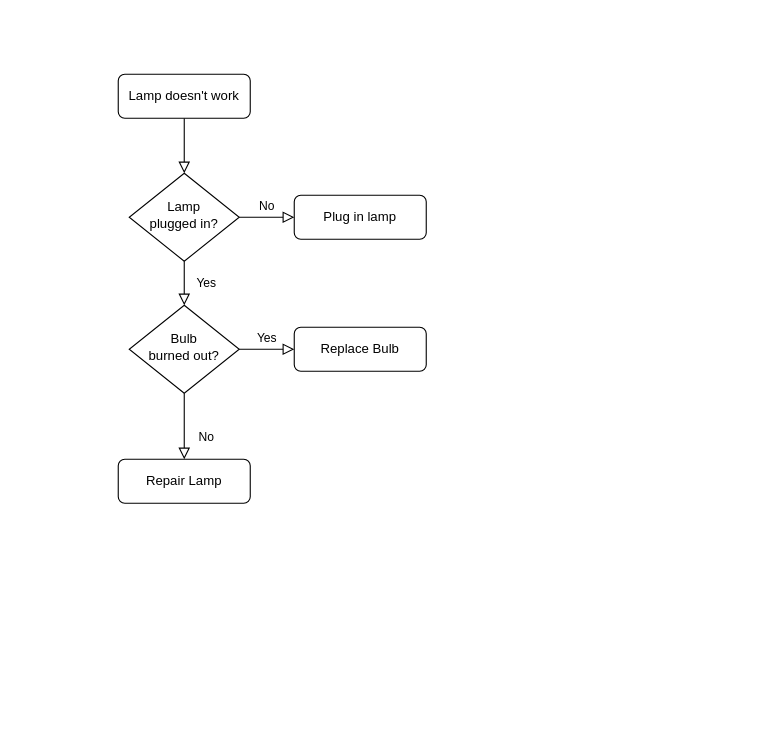
This is Untitled Diagram.drawio from dmainagithub/flowcharts, a draw.io file, before an edit. Source tidied: cells renumbered, new cells numbered last; positions are measured from the earlier drawing's top-left corner, leaving out a move shared by most shapes. Both pictures are drawn from the tidied source at 110%, with x=0, y=0 at pixel (118, 74).
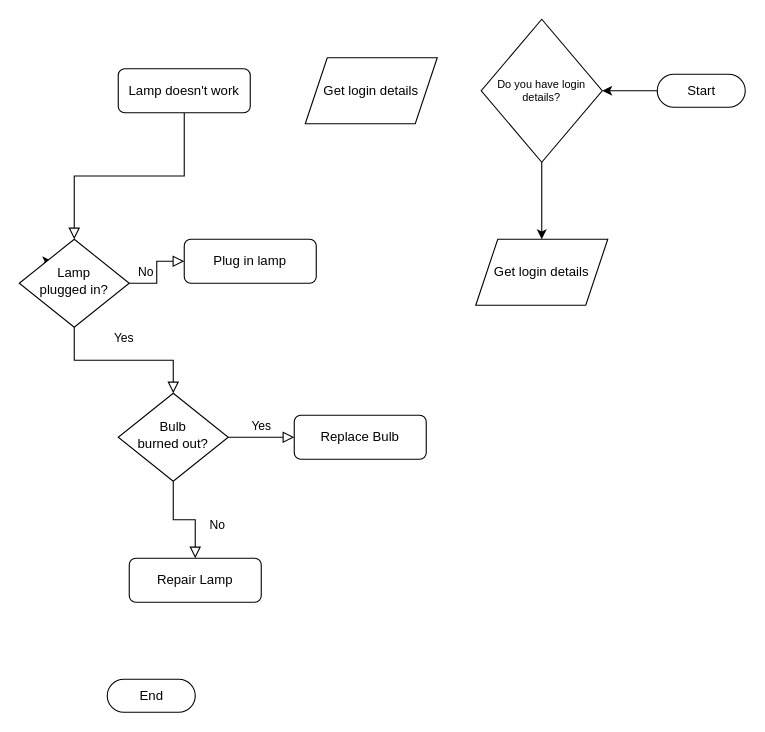
The same page after the edit.

Diff of the diagram source:
```diff
@@
     <mxCell id="3" value="Lamp doesn't work" style="rounded=1;whiteSpace=wrap;html=1;fontSize=12;glass=0;strokeWidth=1;shadow=0;" parent="1" vertex="1">
-      <mxGeometry width="120" height="40" as="geometry" />
+      <mxGeometry y="-5" width="120" height="40" as="geometry" />
     </mxCell>
@@
+    <mxCell id="13" style="edgeStyle=orthogonalEdgeStyle;rounded=0;jettySize=auto;html=1;exitX=0;exitY=0;exitDx=0;exitDy=0;fontSize=12;" parent="1" edge="1" source="6">
+      <mxGeometry relative="1" as="geometry">
+        <mxPoint x="-60" y="170" as="targetPoint" />
+      </mxGeometry>
+    </mxCell>
     <mxCell id="6" value="Lamp&lt;br&gt;plugged in?" style="rhombus;whiteSpace=wrap;html=1;shadow=0;fontFamily=Helvetica;fontSize=12;align=center;strokeWidth=1;spacing=6;spacingTop=-4;" parent="1" vertex="1">
-      <mxGeometry x="10" y="90" width="100" height="80" as="geometry" />
+      <mxGeometry x="-90" y="150" width="100" height="80" as="geometry" />
     </mxCell>
     <mxCell id="7" value="Plug in lamp" style="rounded=1;whiteSpace=wrap;html=1;fontSize=12;glass=0;strokeWidth=1;shadow=0;" parent="1" vertex="1">
-      <mxGeometry x="160" y="110" width="120" height="40" as="geometry" />
+      <mxGeometry x="60" y="150" width="120" height="40" as="geometry" />
     </mxCell>
@@
     <mxCell id="10" value="Bulb&lt;br&gt;burned out?" style="rhombus;whiteSpace=wrap;html=1;shadow=0;fontFamily=Helvetica;fontSize=12;align=center;strokeWidth=1;spacing=6;spacingTop=-4;" parent="1" vertex="1">
-      <mxGeometry x="10" y="210" width="100" height="80" as="geometry" />
+      <mxGeometry y="290" width="100" height="80" as="geometry" />
     </mxCell>
     <mxCell id="11" value="Repair Lamp" style="rounded=1;whiteSpace=wrap;html=1;fontSize=12;glass=0;strokeWidth=1;shadow=0;" parent="1" vertex="1">
-      <mxGeometry y="350" width="120" height="40" as="geometry" />
+      <mxGeometry x="10" y="440" width="120" height="40" as="geometry" />
     </mxCell>
     <mxCell id="12" value="Replace Bulb" style="rounded=1;whiteSpace=wrap;html=1;fontSize=12;glass=0;strokeWidth=1;shadow=0;" parent="1" vertex="1">
-      <mxGeometry x="160" y="230" width="120" height="40" as="geometry" />
+      <mxGeometry x="160" y="310" width="120" height="40" as="geometry" />
     </mxCell>
+    <mxCell id="14" style="edgeStyle=orthogonalEdgeStyle;rounded=0;jettySize=auto;html=1;fontSize=10;" parent="1" edge="1" source="15" target="18">
+      <mxGeometry relative="1" as="geometry" />
+    </mxCell>
+    <mxCell id="15" value="Start" style="html=1;dashed=0;whitespace=wrap;shape=mxgraph.dfd.start;" parent="1" vertex="1">
+      <mxGeometry x="490" width="80" height="30" as="geometry" />
+    </mxCell>
+    <mxCell id="16" value="End" style="html=1;dashed=0;whitespace=wrap;shape=mxgraph.dfd.start;" parent="1" vertex="1">
+      <mxGeometry x="-10" y="550" width="80" height="30" as="geometry" />
+    </mxCell>
+    <mxCell id="17" style="edgeStyle=orthogonalEdgeStyle;rounded=0;jettySize=auto;html=1;fontSize=12;" parent="1" edge="1" source="18" target="19">
+      <mxGeometry relative="1" as="geometry" />
+    </mxCell>
+    <mxCell id="18" value="Do you have login details?" style="rhombus;whiteSpace=wrap;html=1;fontSize=10;" parent="1" vertex="1">
+      <mxGeometry x="330" y="-50" width="110" height="130" as="geometry" />
+    </mxCell>
+    <mxCell id="19" value="&lt;font style=&quot;font-size: 12px;&quot;&gt;Get login details&lt;/font&gt;" style="shape=parallelogram;perimeter=parallelogramPerimeter;whiteSpace=wrap;html=1;fixedSize=1;fontSize=10;" parent="1" vertex="1">
+      <mxGeometry x="325" y="150" width="120" height="60" as="geometry" />
+    </mxCell>
+    <mxCell id="20" value="&lt;font style=&quot;font-size: 12px;&quot;&gt;Get login details&lt;/font&gt;" style="shape=parallelogram;perimeter=parallelogramPerimeter;whiteSpace=wrap;html=1;fixedSize=1;fontSize=10;" parent="1" vertex="1">
+      <mxGeometry x="170" y="-15" width="120" height="60" as="geometry" />
+    </mxCell>
```
